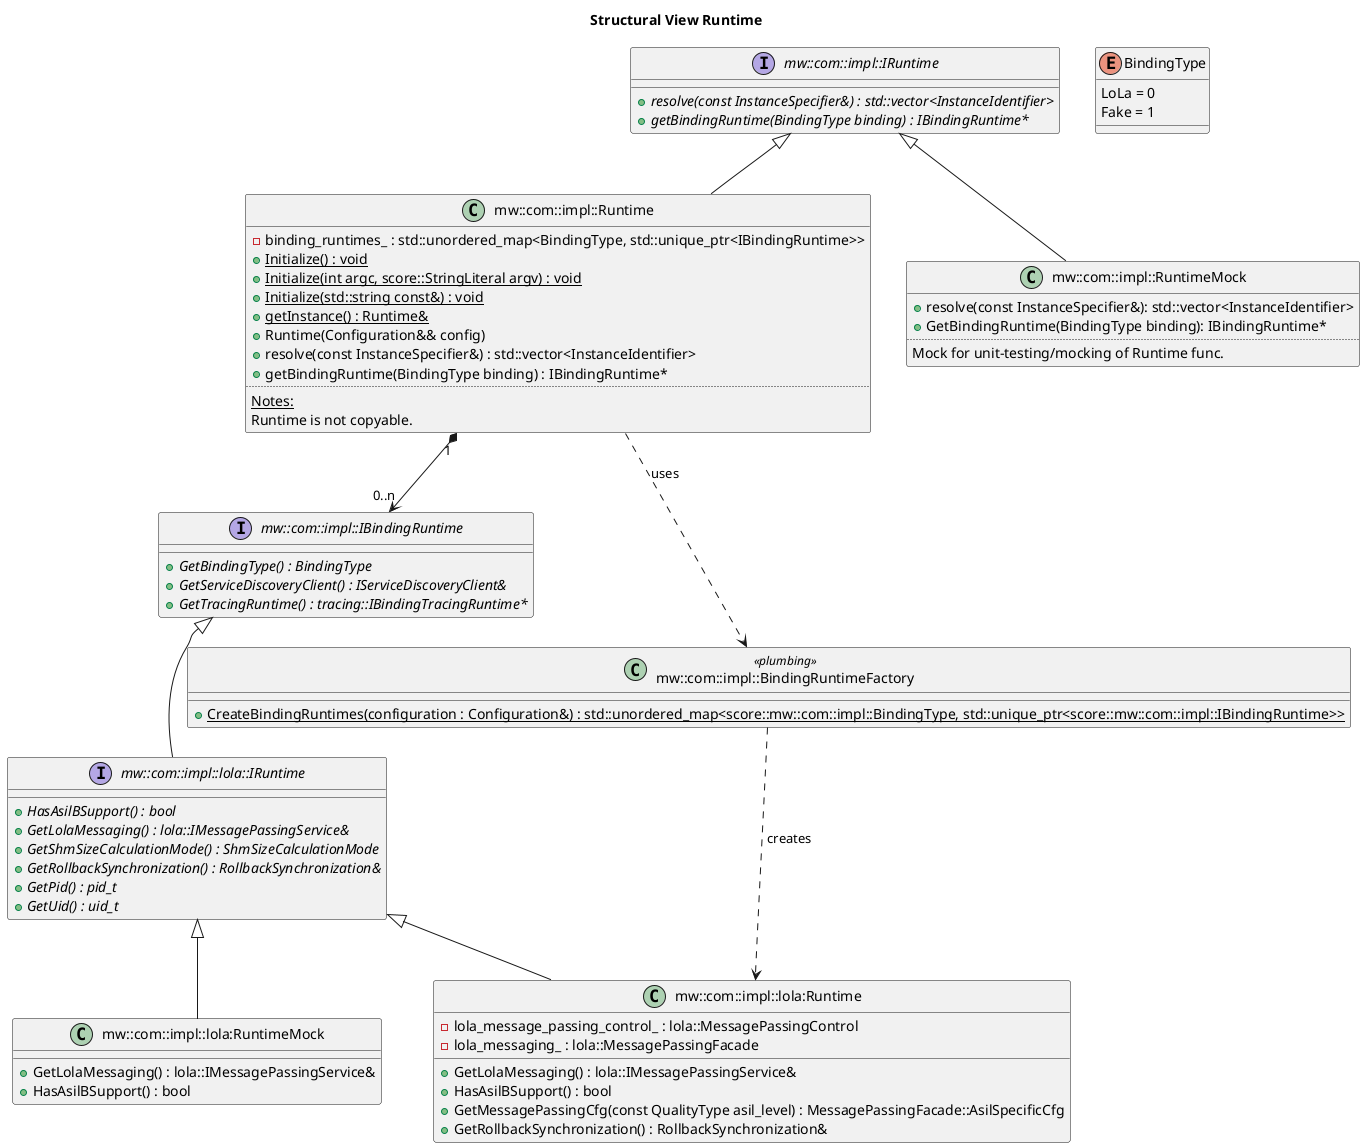
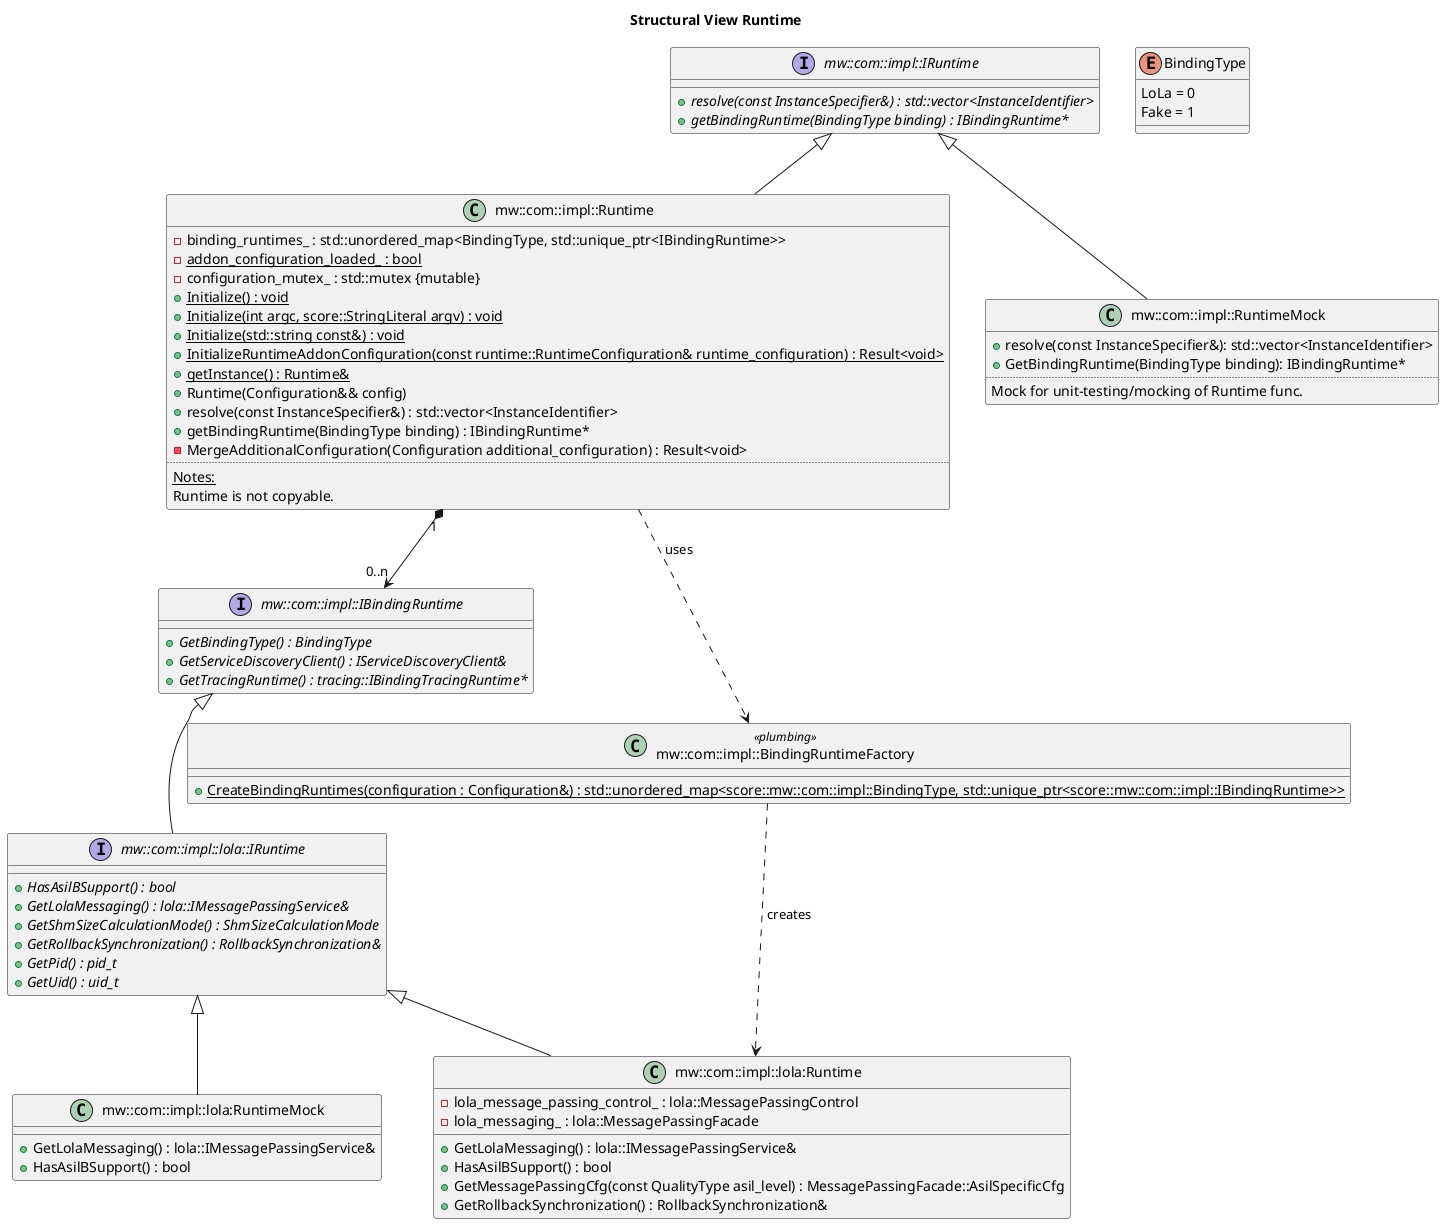
@startuml runtime_structural_view
title "Structural View Runtime"

interface "mw::com::impl::IRuntime" as IRuntime {
    +{abstract} resolve(const InstanceSpecifier&) : std::vector<InstanceIdentifier>
    +{abstract} getBindingRuntime(BindingType binding) : IBindingRuntime*
}

enum BindingType {
    LoLa = 0
    Fake = 1
}

class "mw::com::impl::Runtime" as Runtime {
    -binding_runtimes_ : std::unordered_map<BindingType, std::unique_ptr<IBindingRuntime>>
+     -{static} addon_configuration_loaded_ : bool
+     -configuration_mutex_ : std::mutex {mutable}
    +{static} Initialize() : void
    +{static} Initialize(int argc, score::StringLiteral argv) : void
    +{static} Initialize(std::string const&) : void
+     +{static} InitializeRuntimeAddonConfiguration(const runtime::RuntimeConfiguration& runtime_configuration) : Result<void>
    +{static} getInstance() : Runtime&
    +Runtime(Configuration&& config)
    +resolve(const InstanceSpecifier&) : std::vector<InstanceIdentifier>
    +getBindingRuntime(BindingType binding) : IBindingRuntime*
+     -MergeAdditionalConfiguration(Configuration additional_configuration) : Result<void>
    ..
    <u>Notes:</u>
    Runtime is not copyable.
}

class "mw::com::impl::RuntimeMock" as RuntimeMock {
    +resolve(const InstanceSpecifier&): std::vector<InstanceIdentifier>
    +GetBindingRuntime(BindingType binding): IBindingRuntime*
    ..
    Mock for unit-testing/mocking of Runtime func.
}

interface "mw::com::impl::IBindingRuntime" as IBindingRuntime {
    +{abstract} GetBindingType() : BindingType
    +{abstract} GetServiceDiscoveryClient() : IServiceDiscoveryClient&
    +{abstract} GetTracingRuntime() : tracing::IBindingTracingRuntime*
}

class "mw::com::impl::BindingRuntimeFactory" as BindingRuntimeFactory << plumbing >> {
    +{static} CreateBindingRuntimes(configuration : Configuration&) : std::unordered_map<score::mw::com::impl::BindingType, std::unique_ptr<score::mw::com::impl::IBindingRuntime>>
}

interface "mw::com::impl::lola::IRuntime" as LolaIRuntime {
    +{abstract} HasAsilBSupport() : bool
    +{abstract} GetLolaMessaging() : lola::IMessagePassingService&
    +{abstract} GetShmSizeCalculationMode() : ShmSizeCalculationMode
    +{abstract} GetRollbackSynchronization() : RollbackSynchronization&
    +{abstract} GetPid() : pid_t
    +{abstract} GetUid() : uid_t
}

class "mw::com::impl::lola:Runtime" as LolaRuntime {
    -lola_message_passing_control_ : lola::MessagePassingControl
    -lola_messaging_ : lola::MessagePassingFacade
    +GetLolaMessaging() : lola::IMessagePassingService&
    +HasAsilBSupport() : bool
    +GetMessagePassingCfg(const QualityType asil_level) : MessagePassingFacade::AsilSpecificCfg
    +GetRollbackSynchronization() : RollbackSynchronization&
}

class "mw::com::impl::lola:RuntimeMock" as LolaRuntimeMock {
    +GetLolaMessaging() : lola::IMessagePassingService&
    +HasAsilBSupport() : bool
}

IRuntime <|-- Runtime
IRuntime <|-- RuntimeMock
Runtime "1" *--> "0..n" IBindingRuntime

IBindingRuntime <|-- LolaIRuntime
LolaIRuntime <|-- LolaRuntime
LolaIRuntime <|-- LolaRuntimeMock

BindingRuntimeFactory ..> LolaRuntime : creates
Runtime ..> BindingRuntimeFactory : uses

@enduml
